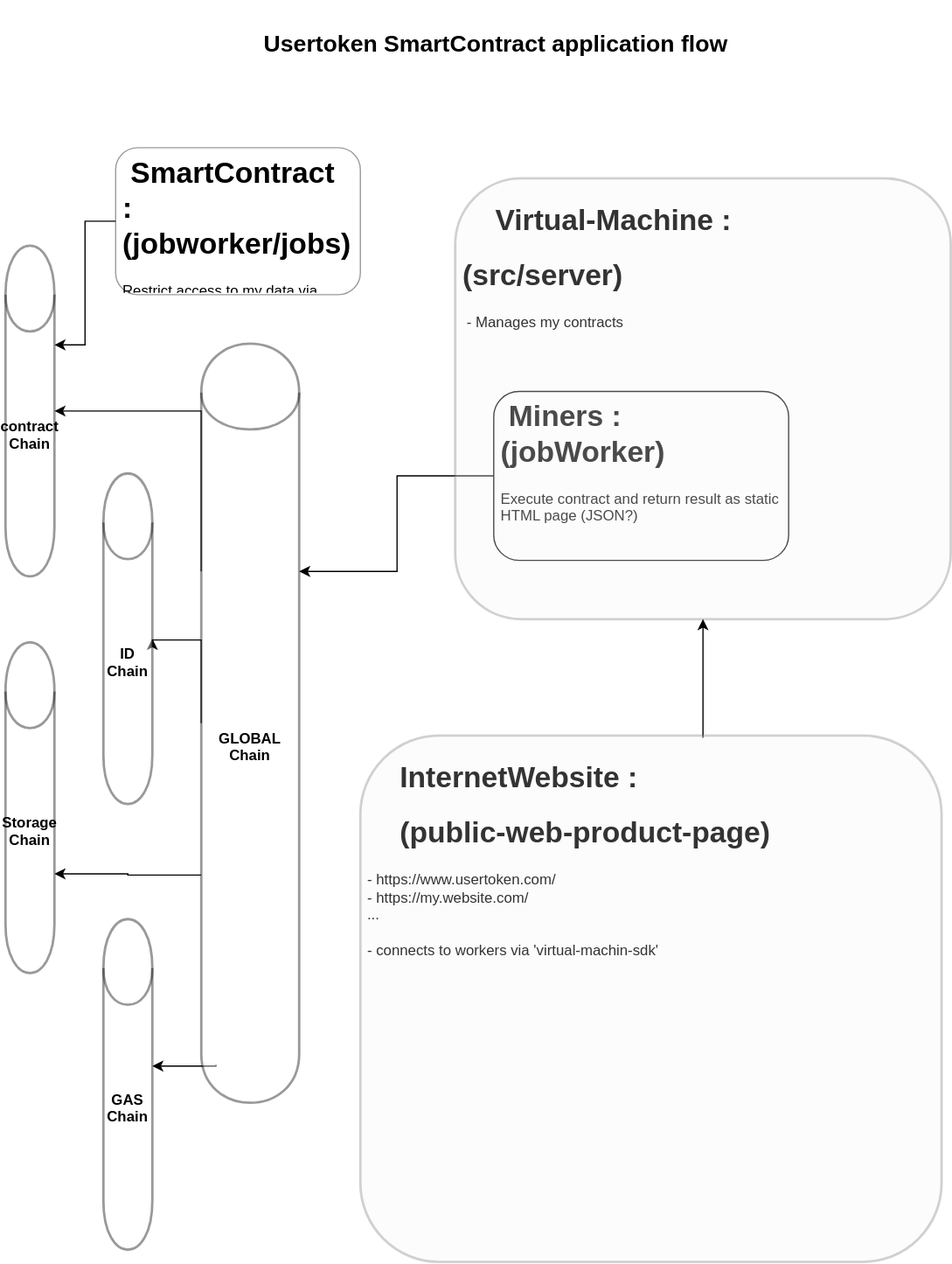
This is virtual-machine.svg from dev-usertoken/virtual-machine, a draw.io export, as it was before one commit. Source tidied: cells renumbered, new cells last; positions are measured from the earlier drawing's top-left corner, leaving out a move shared by most shapes.
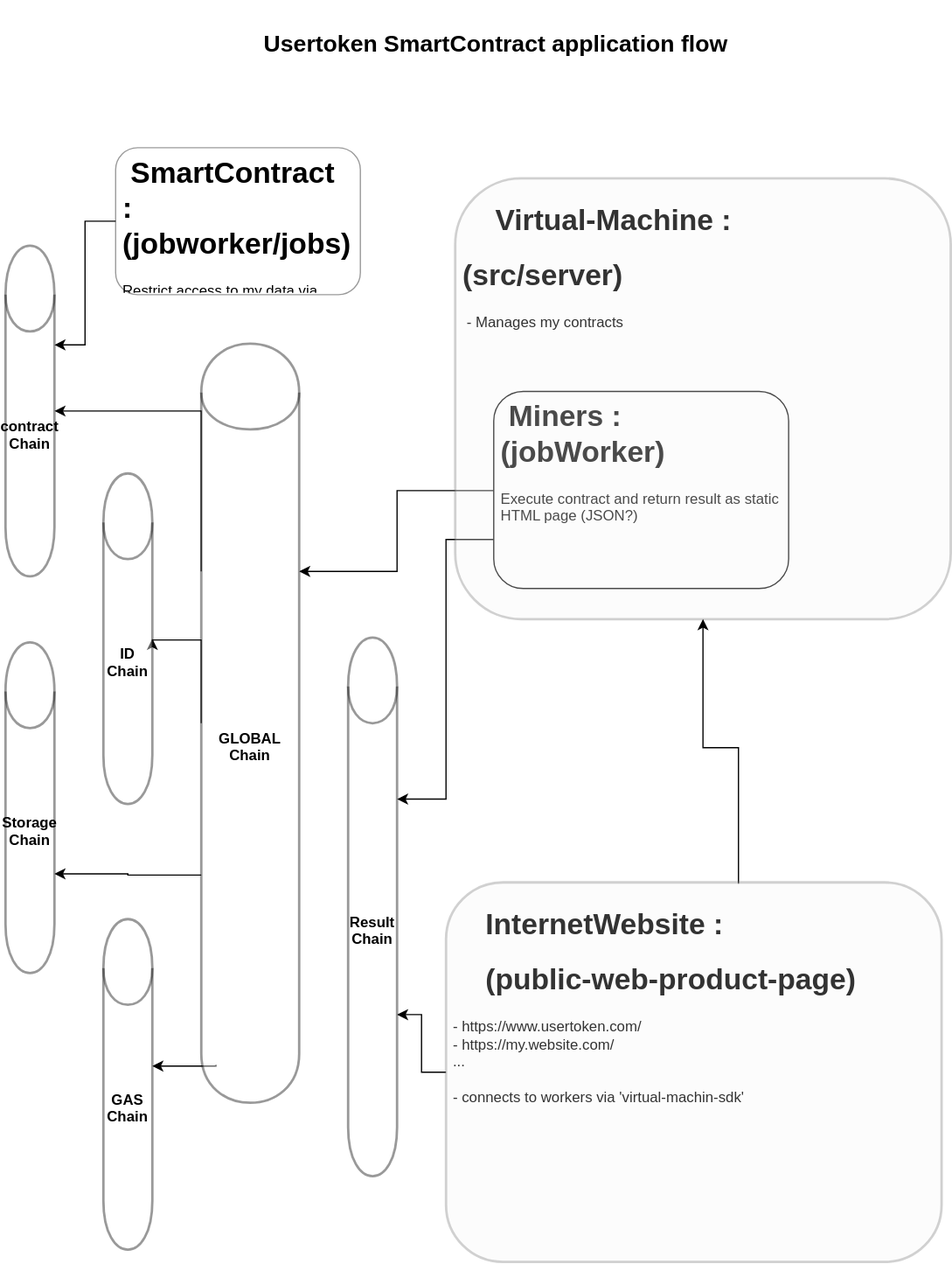
Above is the later version.

Diff of the diagram source:
```diff
@@ -11,17 +11,33 @@
     <mxCell id="4" style="edgeStyle=orthogonalEdgeStyle;rounded=0;html=1;entryX=1;entryY=0.3;jettySize=auto;" parent="1" edge="1" source="5" target="13">
       <mxGeometry relative="1" as="geometry" />
     </mxCell>
+    <mxCell id="19" style="edgeStyle=orthogonalEdgeStyle;rounded=0;html=1;entryX=1;entryY=0.3;jettySize=auto;" parent="1" edge="1" source="5" target="21">
+      <mxGeometry relative="1" as="geometry">
+        <Array as="points">
+          <mxPoint x="360" y="440" />
+          <mxPoint x="360" y="652" />
+        </Array>
+      </mxGeometry>
+    </mxCell>
     <mxCell id="5" value="&lt;h1&gt;&amp;nbsp;Miners : (jobWorker)&lt;br&gt;&lt;/h1&gt;&lt;p&gt;Execute contract and return result as static HTML page (JSON?)&lt;br&gt;&lt;/p&gt;" style="text;html=1;strokeColor=#000000;fillColor=none;spacing=5;spacingTop=-20;whiteSpace=wrap;overflow=hidden;rounded=1;shadow=0;glass=0;comic=0;" parent="1" vertex="1">
-      <mxGeometry x="399" y="319" width="241" height="138" as="geometry" />
+      <mxGeometry x="399" y="319" width="241" height="161" as="geometry" />
     </mxCell>
     <mxCell id="6" value="&lt;div align=&quot;left&quot;&gt;&amp;nbsp;&amp;nbsp; &lt;h1&gt;&amp;nbsp;&amp;nbsp;&amp;nbsp; Virtual-Machine : &lt;br&gt;&lt;/h1&gt;&lt;h1&gt;(src/server)&lt;br&gt;&lt;/h1&gt;&amp;nbsp;- Manages my contracts&lt;br&gt;&lt;/div&gt;" style="text;html=1;strokeColor=#666666;fillColor=#f5f5f5;spacing=5;spacingTop=-20;whiteSpace=wrap;overflow=hidden;rounded=1;shadow=0;glass=0;comic=0;fontColor=#333333;opacity=30;strokeWidth=2;" parent="1" vertex="1">
       <mxGeometry x="367.5" y="145" width="405" height="360" as="geometry" />
     </mxCell>
     <mxCell id="7" style="edgeStyle=orthogonalEdgeStyle;rounded=0;html=1;exitX=0.59;exitY=0.004;entryX=0.5;entryY=1;jettySize=auto;exitPerimeter=0;" parent="1" edge="1" source="8" target="6">
-      <mxGeometry relative="1" as="geometry" />
+      <mxGeometry relative="1" as="geometry">
+        <Array as="points">
+          <mxPoint x="599" y="610" />
+          <mxPoint x="570" y="610" />
+        </Array>
+      </mxGeometry>
     </mxCell>
+    <mxCell id="20" style="edgeStyle=orthogonalEdgeStyle;rounded=0;html=1;entryX=1;entryY=0.7;jettySize=auto;" parent="1" edge="1" source="8" target="21">
+      <mxGeometry relative="1" as="geometry" />
+    </mxCell>
     <mxCell id="8" value="&amp;nbsp;&amp;nbsp; &lt;br&gt;&lt;h1&gt;&amp;nbsp;&amp;nbsp;&amp;nbsp; InternetWebsite : &lt;br&gt;&lt;/h1&gt;&lt;h1&gt;&amp;nbsp;&amp;nbsp;&amp;nbsp; (public-web-product-page)&lt;br&gt;&lt;/h1&gt;&lt;div&gt;- https://www.usertoken.com/&lt;/div&gt;&lt;div&gt;- https://my.website.com/&lt;/div&gt;&lt;div&gt;...&lt;/div&gt;&lt;div&gt;&lt;br&gt;&lt;/div&gt;&lt;div&gt;- connects to workers via 'virtual-machin-sdk'&lt;/div&gt;&lt;div&gt;&lt;br&gt;&lt;/div&gt;&lt;div&gt;&lt;br&gt;&lt;/div&gt;" style="text;html=1;strokeColor=#666666;fillColor=#f5f5f5;spacing=5;spacingTop=-20;whiteSpace=wrap;overflow=hidden;rounded=1;shadow=0;glass=0;comic=0;fontColor=#333333;opacity=30;strokeWidth=2;" parent="1" vertex="1">
-      <mxGeometry x="290" y="600" width="475" height="430" as="geometry" />
+      <mxGeometry x="360" y="720" width="405" height="310" as="geometry" />
     </mxCell>
     <mxCell id="9" style="edgeStyle=orthogonalEdgeStyle;rounded=0;html=1;exitX=0;exitY=0.5;entryX=1;entryY=0.5;jettySize=auto;" parent="1" edge="1" source="13" target="15">
       <mxGeometry relative="1" as="geometry">
@@ -66,5 +82,8 @@
     <mxCell id="18" value="&lt;b&gt;&lt;font style=&quot;font-size: 19px&quot;&gt;Usertoken SmartContract application flow&lt;/font&gt;&lt;/b&gt;" style="text;html=1;strokeColor=none;fillColor=none;align=center;verticalAlign=middle;whiteSpace=wrap;rounded=0;shadow=0;glass=0;comic=0;opacity=40;" parent="1" vertex="1">
       <mxGeometry x="200" width="400" height="70" as="geometry" />
     </mxCell>
+    <mxCell id="21" value="&lt;b&gt;Result&lt;/b&gt;&lt;div&gt;&lt;b&gt;Chain&lt;/b&gt;&lt;br&gt;&lt;/div&gt;" style="shape=cylinder;whiteSpace=wrap;html=1;boundedLbl=1;backgroundOutline=1;rounded=1;shadow=0;glass=0;comic=0;strokeColor=#000000;strokeWidth=2;opacity=40;" parent="1" vertex="1">
+      <mxGeometry x="280" y="520" width="40" height="440" as="geometry" />
+    </mxCell>
   </root>
 </mxGraphModel>
```
